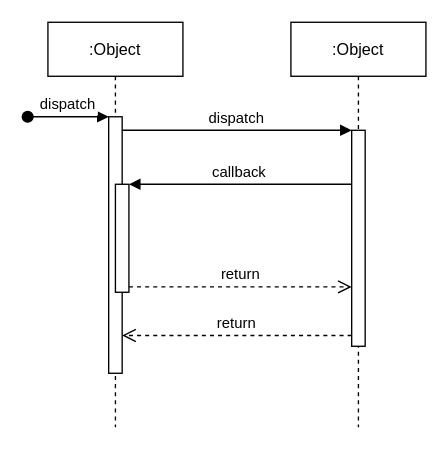
Earlier version of the draw.io diagram 未命名绘图.drawio (zhen-NA/draw_dia). Source tidied: cells renumbered, new cells numbered last; positions are measured from the earlier drawing's top-left corner, leaving out a move shared by most shapes. Both pictures are drawn from the tidied source at 135%, with x=0, y=0 at pixel (27, 22).
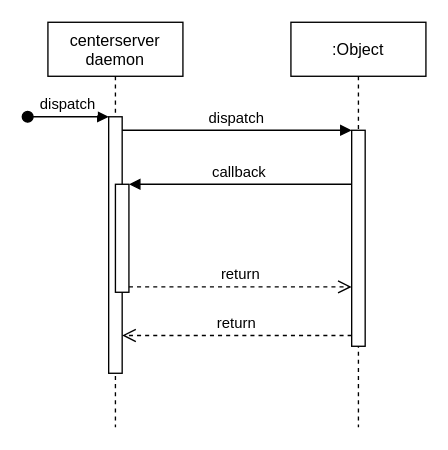
The same diagram, later.

Commit message:
sequence_ipc_print

Diff of the diagram source:
```diff
@@
 <mxGraphModel>
   <root>
     <mxCell id="0" />
     <mxCell id="1" parent="0" />
-    <mxCell id="2" value=":Object" style="shape=umlLifeline;perimeter=lifelinePerimeter;rounded=0;shadow=0;strokeWidth=1;" parent="1" vertex="1">
+    <mxCell id="2" value="centerserver&#10;daemon" style="shape=umlLifeline;perimeter=lifelinePerimeter;rounded=0;shadow=0;strokeWidth=1;" parent="1" vertex="1">
       <mxGeometry x="15" width="100" height="300" as="geometry" />
     </mxCell>
     <mxCell id="3" style="points=[];perimeter=orthogonalPerimeter;rounded=0;shadow=0;strokeWidth=1;" parent="2" vertex="1">
       <mxGeometry x="45" y="70" width="10" height="190" as="geometry" />
     </mxCell>
     <mxCell id="4" value="dispatch" style="verticalAlign=bottom;startArrow=oval;endArrow=block;startSize=8;shadow=0;strokeWidth=1;" parent="2" edge="1" target="3">
       <mxGeometry relative="1" as="geometry">
         <mxPoint x="-15" y="70" as="sourcePoint" />
       </mxGeometry>
     </mxCell>
     <mxCell id="5" style="points=[];perimeter=orthogonalPerimeter;rounded=0;shadow=0;strokeWidth=1;" parent="2" vertex="1">
       <mxGeometry x="50" y="120" width="10" height="80" as="geometry" />
     </mxCell>
     <mxCell id="6" value=":Object" style="shape=umlLifeline;perimeter=lifelinePerimeter;rounded=0;shadow=0;strokeWidth=1;" parent="1" vertex="1">
       <mxGeometry x="195" width="100" height="300" as="geometry" />
     </mxCell>
     <mxCell id="7" style="points=[];perimeter=orthogonalPerimeter;rounded=0;shadow=0;strokeWidth=1;" parent="6" vertex="1">
       <mxGeometry x="45" y="80" width="10" height="160" as="geometry" />
     </mxCell>
     <mxCell id="8" value="return" style="verticalAlign=bottom;endArrow=open;dashed=1;endSize=8;exitX=0;exitY=0.95;shadow=0;strokeWidth=1;" parent="1" edge="1" source="7" target="3">
       <mxGeometry relative="1" as="geometry" />
     </mxCell>
     <mxCell id="9" value="dispatch" style="verticalAlign=bottom;endArrow=block;entryX=0;entryY=0;shadow=0;strokeWidth=1;" parent="1" edge="1" source="3" target="7">
       <mxGeometry relative="1" as="geometry" />
     </mxCell>
     <mxCell id="10" value="callback" style="verticalAlign=bottom;endArrow=block;entryX=1;entryY=0;shadow=0;strokeWidth=1;" parent="1" edge="1" source="7" target="5">
       <mxGeometry relative="1" as="geometry" />
     </mxCell>
     <mxCell id="11" value="return" style="verticalAlign=bottom;endArrow=open;dashed=1;endSize=8;exitX=1;exitY=0.95;shadow=0;strokeWidth=1;" parent="1" edge="1" source="5" target="7">
       <mxGeometry relative="1" as="geometry" />
     </mxCell>
   </root>
 </mxGraphModel>
```
